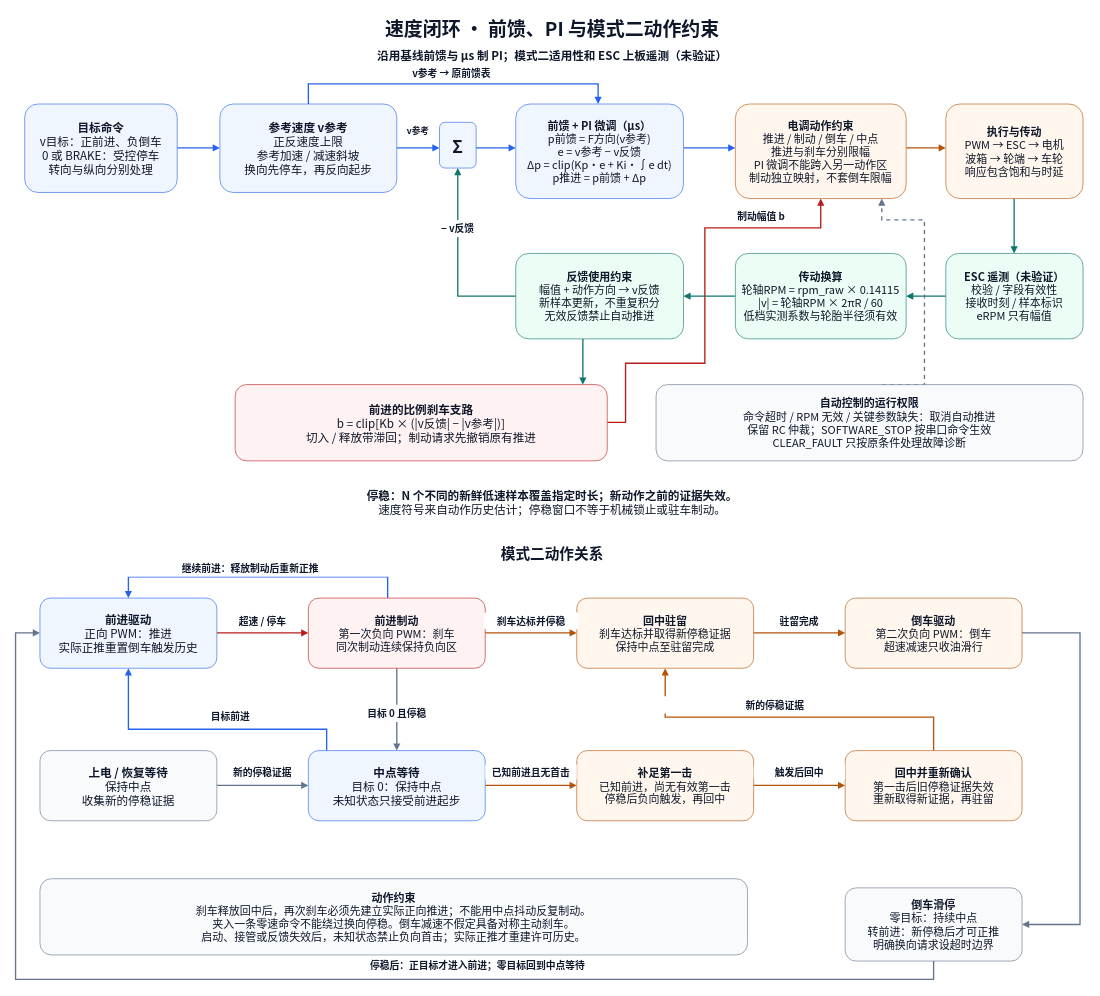
Above: page "02 速度闭环与模式二动作" (2 of 2) of docs/diagrams/chassis.drawio in XM-LEES/RCCar-Firmware (draw.io), before the change. Source tidied: cells renumbered, new cells numbered last; positions are measured from the earlier drawing's top-left corner, leaving out a move shared by most shapes. Both pictures are drawn from the tidied source at 61%, with x=0, y=0 at pixel (15, 10).
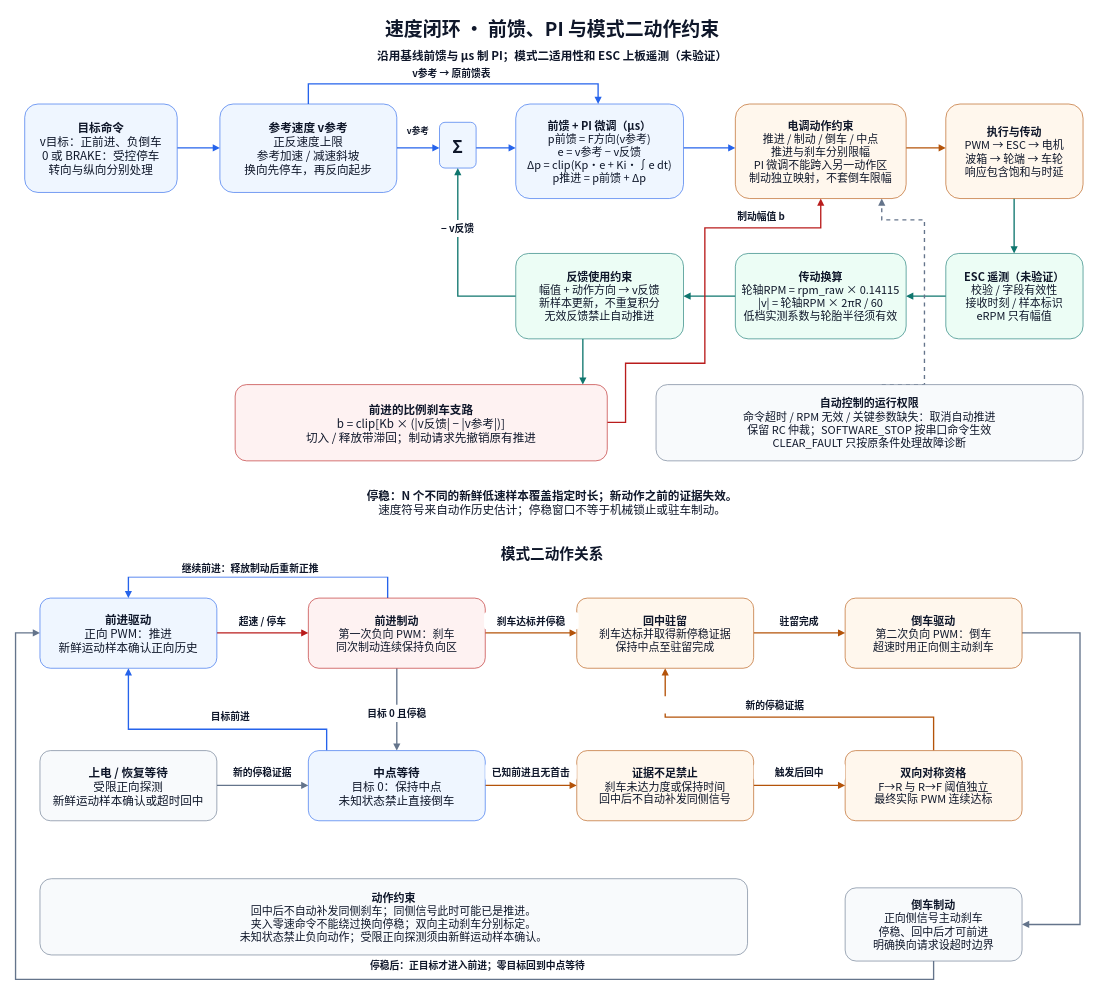
Above is the later version.

Change to the diagram source:
```diff
@@
-    <mxCell id="46" value="&lt;b&gt;前进驱动&lt;/b&gt;&lt;br&gt;正向 PWM：推进&lt;br&gt;实际正推重置倒车触发历史" style="rounded=1;whiteSpace=wrap;html=1;fontFamily=Noto Sans CJK SC;fontSize=19;fontColor=#0f172a;fillColor=#eff6ff;strokeColor=#2563eb;spacing=8;" parent="1" vertex="1">
+    <mxCell id="46" value="&lt;b&gt;前进驱动&lt;/b&gt;&lt;br&gt;正向 PWM：推进&lt;br&gt;新鲜运动样本确认正向历史" style="rounded=1;whiteSpace=wrap;html=1;fontFamily=Noto Sans CJK SC;fontSize=19;fontColor=#0f172a;fillColor=#eff6ff;strokeColor=#2563eb;spacing=8;" parent="1" vertex="1">
       <mxGeometry x="40" y="963" width="290" height="115" as="geometry" />
     </mxCell>
@@
-    <mxCell id="49" value="&lt;b&gt;倒车驱动&lt;/b&gt;&lt;br&gt;第二次负向 PWM：倒车&lt;br&gt;超速减速只收油滑行" style="rounded=1;whiteSpace=wrap;html=1;fontFamily=Noto Sans CJK SC;fontSize=18;fontColor=#0f172a;fillColor=#fff7ed;strokeColor=#b45309;spacing=8;" parent="1" vertex="1">
+    <mxCell id="49" value="&lt;b&gt;倒车驱动&lt;/b&gt;&lt;br&gt;第二次负向 PWM：倒车&lt;br&gt;超速时用正向侧主动刹车" style="rounded=1;whiteSpace=wrap;html=1;fontFamily=Noto Sans CJK SC;fontSize=18;fontColor=#0f172a;fillColor=#fff7ed;strokeColor=#b45309;spacing=8;" parent="1" vertex="1">
       <mxGeometry x="1360" y="963" width="290" height="115" as="geometry" />
     </mxCell>
-    <mxCell id="50" value="&lt;b&gt;上电 / 恢复等待&lt;/b&gt;&lt;br&gt;保持中点&lt;br&gt;收集新的停稳证据" style="rounded=1;whiteSpace=wrap;html=1;fontFamily=Noto Sans CJK SC;fontSize=19;fontColor=#0f172a;fillColor=#f8fafc;strokeColor=#64748b;spacing=8;" parent="1" vertex="1">
+    <mxCell id="50" value="&lt;b&gt;上电 / 恢复等待&lt;/b&gt;&lt;br&gt;受限正向探测&lt;br&gt;新鲜运动样本确认或超时回中" style="rounded=1;whiteSpace=wrap;html=1;fontFamily=Noto Sans CJK SC;fontSize=19;fontColor=#0f172a;fillColor=#f8fafc;strokeColor=#64748b;spacing=8;" parent="1" vertex="1">
       <mxGeometry x="40" y="1213" width="290" height="115" as="geometry" />
     </mxCell>
-    <mxCell id="51" value="&lt;b&gt;中点等待&lt;/b&gt;&lt;br&gt;目标 0：保持中点&lt;br&gt;未知状态只接受前进起步" style="rounded=1;whiteSpace=wrap;html=1;fontFamily=Noto Sans CJK SC;fontSize=19;fontColor=#0f172a;fillColor=#eff6ff;strokeColor=#2563eb;spacing=8;" parent="1" vertex="1">
+    <mxCell id="51" value="&lt;b&gt;中点等待&lt;/b&gt;&lt;br&gt;目标 0：保持中点&lt;br&gt;未知状态禁止直接倒车" style="rounded=1;whiteSpace=wrap;html=1;fontFamily=Noto Sans CJK SC;fontSize=19;fontColor=#0f172a;fillColor=#eff6ff;strokeColor=#2563eb;spacing=8;" parent="1" vertex="1">
       <mxGeometry x="480" y="1213" width="290" height="115" as="geometry" />
     </mxCell>
-    <mxCell id="52" value="&lt;b&gt;补足第一击&lt;/b&gt;&lt;br&gt;已知前进，尚无有效第一击&lt;br&gt;停稳后负向触发，再回中" style="rounded=1;whiteSpace=wrap;html=1;fontFamily=Noto Sans CJK SC;fontSize=18;fontColor=#0f172a;fillColor=#fff7ed;strokeColor=#b45309;spacing=8;" parent="1" vertex="1">
+    <mxCell id="52" value="&lt;b&gt;证据不足禁止&lt;/b&gt;&lt;br&gt;刹车未达力度或保持时间&lt;br&gt;回中后不自动补发同侧信号" style="rounded=1;whiteSpace=wrap;html=1;fontFamily=Noto Sans CJK SC;fontSize=18;fontColor=#0f172a;fillColor=#fff7ed;strokeColor=#b45309;spacing=8;" parent="1" vertex="1">
       <mxGeometry x="920" y="1213" width="290" height="115" as="geometry" />
     </mxCell>
-    <mxCell id="53" value="&lt;b&gt;回中并重新确认&lt;/b&gt;&lt;br&gt;第一击后旧停稳证据失效&lt;br&gt;重新取得新证据，再驻留" style="rounded=1;whiteSpace=wrap;html=1;fontFamily=Noto Sans CJK SC;fontSize=18;fontColor=#0f172a;fillColor=#fff7ed;strokeColor=#b45309;spacing=8;" parent="1" vertex="1">
+    <mxCell id="53" value="&lt;b&gt;双向对称资格&lt;/b&gt;&lt;br&gt;F→R 与 R→F 阈值独立&lt;br&gt;最终实际 PWM 连续达标" style="rounded=1;whiteSpace=wrap;html=1;fontFamily=Noto Sans CJK SC;fontSize=18;fontColor=#0f172a;fillColor=#fff7ed;strokeColor=#b45309;spacing=8;" parent="1" vertex="1">
       <mxGeometry x="1360" y="1213" width="290" height="115" as="geometry" />
     </mxCell>
-    <mxCell id="54" value="&lt;b&gt;倒车滑停&lt;/b&gt;&lt;br&gt;零目标：持续中点&lt;br&gt;转前进：新停稳后才可正推&lt;br&gt;明确换向请求设超时边界" style="rounded=1;whiteSpace=wrap;html=1;fontFamily=Noto Sans CJK SC;fontSize=18;fontColor=#0f172a;fillColor=#f8fafc;strokeColor=#64748b;spacing=8;" parent="1" vertex="1">
+    <mxCell id="54" value="&lt;b&gt;倒车制动&lt;/b&gt;&lt;br&gt;正向侧信号主动刹车&lt;br&gt;停稳、回中后才可前进&lt;br&gt;明确换向请求设超时边界" style="rounded=1;whiteSpace=wrap;html=1;fontFamily=Noto Sans CJK SC;fontSize=18;fontColor=#0f172a;fillColor=#f8fafc;strokeColor=#64748b;spacing=8;" parent="1" vertex="1">
       <mxGeometry x="1360" y="1438" width="290" height="120" as="geometry" />
     </mxCell>
-    <mxCell id="55" value="&lt;b&gt;动作约束&lt;/b&gt;&lt;br&gt;刹车释放回中后，再次刹车必须先建立实际正向推进；不能用中点抖动反复制动。&lt;br&gt;夹入一条零速命令不能绕过换向停稳。倒车减速不假定具备对称主动刹车。&lt;br&gt;启动、接管或反馈失效后，未知状态禁止负向首击；实际正推才重建许可历史。" style="rounded=1;whiteSpace=wrap;html=1;fontFamily=Noto Sans CJK SC;fontSize=18;fontColor=#0f172a;fillColor=#f8fafc;strokeColor=#64748b;spacing=8;" parent="1" vertex="1">
+    <mxCell id="55" value="&lt;b&gt;动作约束&lt;/b&gt;&lt;br&gt;回中后不自动补发同侧刹车；同侧信号此时可能已是推进。&lt;br&gt;夹入零速命令不能绕过换向停稳；双向主动刹车分别标定。&lt;br&gt;未知状态禁止负向动作；受限正向探测须由新鲜运动样本确认。" style="rounded=1;whiteSpace=wrap;html=1;fontFamily=Noto Sans CJK SC;fontSize=18;fontColor=#0f172a;fillColor=#f8fafc;strokeColor=#64748b;spacing=8;" parent="1" vertex="1">
       <mxGeometry x="40" y="1423" width="1160" height="125" as="geometry" />
     </mxCell>
```
